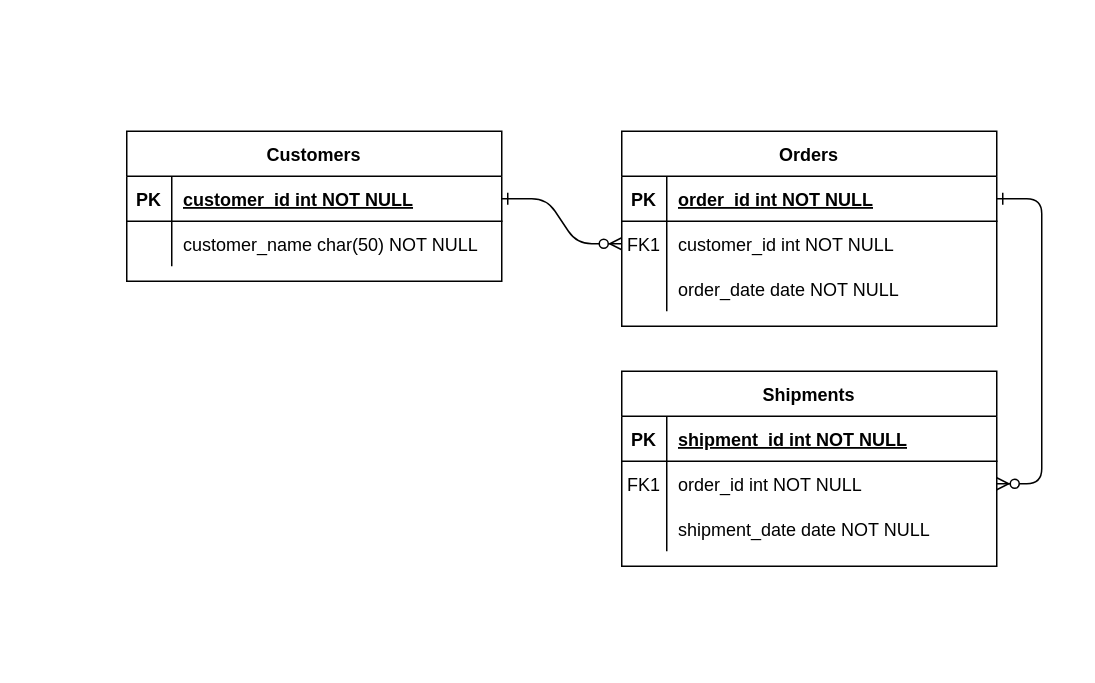
The draw.io diagram Untitled Diagram.drawio in RizwanaTairr/Customer-subscribtion-Data-Analysis, before the edit. Source tidied: cells renumbered, new cells numbered last; positions are measured from the earlier drawing's top-left corner, leaving out a move shared by most shapes. Both pictures are drawn from the tidied source at 150%, with x=0, y=0 at pixel (126, 130).
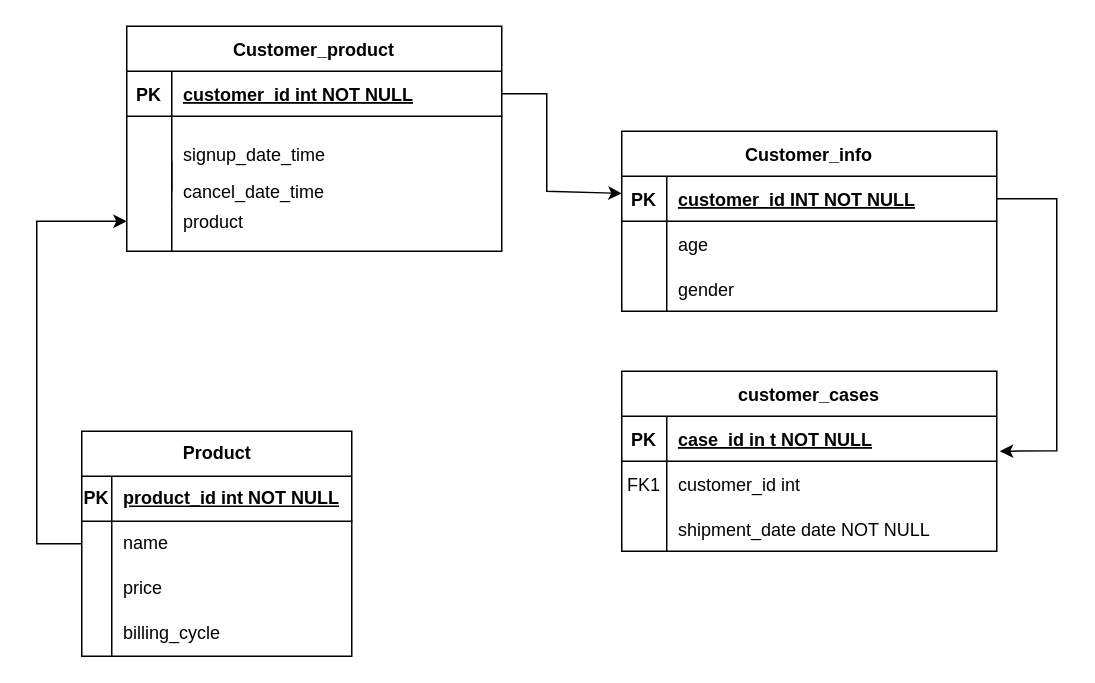
The same page after the edit.

The change refers to these unchanged cells:
```xml
<mxCell id="5" style="shape=partialRectangle;fillColor=none;points=[[0,0.5],[1,0.5]];portConstraint=eastwest;top=0;left=0;right=0;bottom=1;" parent="4" vertex="1">
  <mxGeometry y="30" width="250" height="30" as="geometry" />
</mxCell>
<mxCell id="8" style="shape=partialRectangle;fillColor=none;points=[[0,0.5],[1,0.5]];portConstraint=eastwest;top=0;left=0;right=0;bottom=0;" parent="4" vertex="1">
  <mxGeometry y="60" width="250" height="30" as="geometry" />
</mxCell>
<mxCell id="11" style="shape=partialRectangle;fillColor=none;top=0;left=0;right=0;bottom=0;" parent="4" vertex="1">
  <mxGeometry y="90" width="250" height="30" as="geometry" />
</mxCell>
<mxCell id="15" style="shape=partialRectangle;fillColor=none;points=[[0,0.5],[1,0.5]];portConstraint=eastwest;top=0;left=0;right=0;bottom=1;" parent="14" vertex="1">
  <mxGeometry y="30" width="250" height="30" as="geometry" />
</mxCell>
<mxCell id="18" style="shape=partialRectangle;fillColor=none;points=[[0,0.5],[1,0.5]];portConstraint=eastwest;top=0;left=0;right=0;bottom=0;" parent="14" vertex="1">
  <mxGeometry y="60" width="250" height="30" as="geometry" />
</mxCell>
<mxCell id="25" style="shape=partialRectangle;fillColor=none;points=[[0,0.5],[1,0.5]];portConstraint=eastwest;top=0;left=0;right=0;bottom=1;" parent="24" vertex="1">
  <mxGeometry y="30" width="250" height="30" as="geometry" />
</mxCell>
```

Change to the diagram source:
```diff
@@
-    <mxCell id="2" style="edgeStyle=entityRelationEdgeStyle;endArrow=ERzeroToMany;startArrow=ERone;endFill=1;startFill=0;" parent="1" edge="1" source="25" target="8">
-      <mxGeometry relative="1" as="geometry" />
-    </mxCell>
-    <mxCell id="3" style="edgeStyle=entityRelationEdgeStyle;endArrow=ERzeroToMany;startArrow=ERone;endFill=1;startFill=0;" parent="1" edge="1" source="5" target="18">
-      <mxGeometry relative="1" as="geometry" />
-    </mxCell>
-    <mxCell id="4" value="Orders" style="shape=table;startSize=30;childLayout=tableLayout;rowLines=0;fontStyle=1;align=center;" parent="1" vertex="1">
-      <mxGeometry x="330" width="250" height="130" as="geometry" />
+    <mxCell id="4" value="Customer_info" style="shape=table;startSize=30;childLayout=tableLayout;rowLines=0;fontStyle=1;align=center;" parent="1" vertex="1">
+      <mxGeometry x="330" width="250" height="120" as="geometry" />
     </mxCell>
@@
-    <mxCell id="7" value="order_id int NOT NULL " style="shape=partialRectangle;overflow=hidden;fillColor=none;top=0;left=0;bottom=0;right=0;align=left;spacingLeft=6;fontStyle=5;" parent="5" vertex="1">
+    <mxCell id="7" value="customer_id INT NOT NULL" style="shape=partialRectangle;overflow=hidden;fillColor=none;top=0;left=0;bottom=0;right=0;align=left;spacingLeft=6;fontStyle=5;" parent="5" vertex="1">
       <mxGeometry x="30" width="220" height="30" as="geometry" />
     </mxCell>
@@
-    <mxCell id="9" value="FK1" style="shape=partialRectangle;overflow=hidden;fillColor=none;top=0;left=0;bottom=0;right=0;" parent="8" vertex="1">
+    <mxCell id="9" style="shape=partialRectangle;overflow=hidden;fillColor=none;top=0;left=0;bottom=0;right=0;" parent="8" vertex="1">
       <mxGeometry width="30" height="30" as="geometry" />
     </mxCell>
-    <mxCell id="10" value="customer_id int NOT NULL" style="shape=partialRectangle;overflow=hidden;fillColor=none;top=0;left=0;bottom=0;right=0;align=left;spacingLeft=6;" parent="8" vertex="1">
+    <mxCell id="10" value="age " style="shape=partialRectangle;overflow=hidden;fillColor=none;top=0;left=0;bottom=0;right=0;align=left;spacingLeft=6;" parent="8" vertex="1">
       <mxGeometry x="30" width="220" height="30" as="geometry" />
     </mxCell>
@@
-    <mxCell id="13" value="order_date date NOT NULL" style="shape=partialRectangle;overflow=hidden;fillColor=none;top=0;left=0;bottom=0;right=0;align=left;spacingLeft=6;" parent="11" vertex="1">
+    <mxCell id="13" value="gender" style="shape=partialRectangle;overflow=hidden;fillColor=none;top=0;left=0;bottom=0;right=0;align=left;spacingLeft=6;" parent="11" vertex="1">
       <mxGeometry x="30" width="220" height="30" as="geometry" />
     </mxCell>
-    <mxCell id="14" value="Shipments" style="shape=table;startSize=30;childLayout=tableLayout;rowLines=0;fontStyle=1;align=center;" parent="1" vertex="1">
-      <mxGeometry x="330" y="160" width="250" height="130" as="geometry" />
+    <mxCell id="14" value="customer_cases" style="shape=table;startSize=30;childLayout=tableLayout;rowLines=0;fontStyle=1;align=center;" parent="1" vertex="1">
+      <mxGeometry x="330" y="160" width="250" height="120" as="geometry" />
     </mxCell>
@@
-    <mxCell id="17" value="shipment_id int NOT NULL " style="shape=partialRectangle;overflow=hidden;fillColor=none;top=0;left=0;bottom=0;right=0;align=left;spacingLeft=6;fontStyle=5;" parent="15" vertex="1">
+    <mxCell id="17" value="case_id in t NOT NULL" style="shape=partialRectangle;overflow=hidden;fillColor=none;top=0;left=0;bottom=0;right=0;align=left;spacingLeft=6;fontStyle=5;" parent="15" vertex="1">
       <mxGeometry x="30" width="220" height="30" as="geometry" />
     </mxCell>
@@
-    <mxCell id="20" value="order_id int NOT NULL" style="shape=partialRectangle;overflow=hidden;fillColor=none;top=0;left=0;bottom=0;right=0;align=left;spacingLeft=6;" parent="18" vertex="1">
+    <mxCell id="20" value="customer_id int " style="shape=partialRectangle;overflow=hidden;fillColor=none;top=0;left=0;bottom=0;right=0;align=left;spacingLeft=6;" parent="18" vertex="1">
       <mxGeometry x="30" width="220" height="30" as="geometry" />
     </mxCell>
@@
+    <mxCell id="31" style="edgeStyle=orthogonalEdgeStyle;rounded=0;jettySize=auto;html=1;exitX=0;exitY=1;exitDx=0;exitDy=0;" parent="1" edge="1" source="24">
+      <mxGeometry relative="1" as="geometry">
+        <mxPoint y="80" as="targetPoint" />
+      </mxGeometry>
+    </mxCell>
-    <mxCell id="24" value="Customers" style="shape=table;startSize=30;childLayout=tableLayout;rowLines=0;fontStyle=1;align=center;" parent="1" vertex="1">
-      <mxGeometry width="250" height="100" as="geometry" />
+    <mxCell id="24" value="Customer_product" style="shape=table;startSize=30;childLayout=tableLayout;rowLines=0;fontStyle=1;align=center;" parent="1" vertex="1">
+      <mxGeometry y="-70" width="250" height="150" as="geometry" />
     </mxCell>
@@
     <mxCell id="28" style="shape=partialRectangle;fillColor=none;top=0;left=0;right=0;bottom=0;" parent="24" vertex="1">
-      <mxGeometry y="60" width="250" height="30" as="geometry" />
+      <mxGeometry y="60" width="250" height="50" as="geometry" />
     </mxCell>
     <mxCell id="29" style="shape=partialRectangle;overflow=hidden;fillColor=none;top=0;left=0;bottom=0;right=0;" parent="28" vertex="1">
-      <mxGeometry width="30" height="30" as="geometry" />
+      <mxGeometry width="30" height="50" as="geometry" />
     </mxCell>
-    <mxCell id="30" value="customer_name char(50) NOT NULL" style="shape=partialRectangle;overflow=hidden;fillColor=none;top=0;left=0;bottom=0;right=0;align=left;spacingLeft=6;" parent="28" vertex="1">
-      <mxGeometry x="30" width="220" height="30" as="geometry" />
+    <mxCell id="30" value="signup_date_time" style="shape=partialRectangle;overflow=hidden;fillColor=none;top=0;left=0;bottom=0;right=0;align=left;spacingLeft=6;" parent="28" vertex="1">
+      <mxGeometry x="30" width="220" height="50" as="geometry" />
     </mxCell>
+    <mxCell id="32" value="Product" style="shape=table;startSize=30;childLayout=tableLayout;rowLines=0;fontStyle=1;align=center;html=1;" parent="1" vertex="1">
+      <mxGeometry x="-30" y="200" width="180" height="150" as="geometry" />
+    </mxCell>
+    <mxCell id="33" style="shape=tableRow;horizontal=0;startSize=0;swimlaneHead=0;swimlaneBody=0;fillColor=none;top=0;left=0;right=0;bottom=1;" parent="32" vertex="1">
+      <mxGeometry y="30" width="180" height="30" as="geometry" />
+    </mxCell>
+    <mxCell id="34" value="PK" style="shape=partialRectangle;fillColor=none;top=0;left=0;bottom=0;right=0;fontStyle=1;overflow=hidden;whiteSpace=wrap;html=1;" parent="33" vertex="1">
+      <mxGeometry width="20" height="30" as="geometry" />
+    </mxCell>
+    <mxCell id="35" value="product_id int NOT NULL" style="shape=partialRectangle;fillColor=none;top=0;left=0;bottom=0;right=0;align=left;spacingLeft=6;fontStyle=5;overflow=hidden;whiteSpace=wrap;html=1;" parent="33" vertex="1">
+      <mxGeometry x="20" width="160" height="30" as="geometry" />
+    </mxCell>
+    <mxCell id="36" style="shape=tableRow;horizontal=0;startSize=0;swimlaneHead=0;swimlaneBody=0;fillColor=none;points=[[0,0.5],[1,0.5]];portConstraint=eastwest;top=0;left=0;right=0;bottom=0;" parent="32" vertex="1">
+      <mxGeometry y="60" width="180" height="30" as="geometry" />
+    </mxCell>
+    <mxCell id="37" style="shape=partialRectangle;fillColor=none;top=0;left=0;bottom=0;right=0;overflow=hidden;whiteSpace=wrap;html=1;" parent="36" vertex="1">
+      <mxGeometry width="20" height="30" as="geometry" />
+    </mxCell>
+    <mxCell id="38" value="name&amp;nbsp;" style="shape=partialRectangle;fillColor=none;top=0;left=0;bottom=0;right=0;align=left;spacingLeft=6;overflow=hidden;whiteSpace=wrap;html=1;" parent="36" vertex="1">
+      <mxGeometry x="20" width="160" height="30" as="geometry" />
+    </mxCell>
+    <mxCell id="39" style="shape=tableRow;horizontal=0;startSize=0;swimlaneHead=0;swimlaneBody=0;fillColor=none;top=0;left=0;right=0;bottom=0;" parent="32" vertex="1">
+      <mxGeometry y="90" width="180" height="30" as="geometry" />
+    </mxCell>
+    <mxCell id="40" style="shape=partialRectangle;fillColor=none;top=0;left=0;bottom=0;right=0;overflow=hidden;whiteSpace=wrap;html=1;" parent="39" vertex="1">
+      <mxGeometry width="20" height="30" as="geometry" />
+    </mxCell>
+    <mxCell id="41" value="price&amp;nbsp;" style="shape=partialRectangle;fillColor=none;top=0;left=0;bottom=0;right=0;align=left;spacingLeft=6;overflow=hidden;whiteSpace=wrap;html=1;" parent="39" vertex="1">
+      <mxGeometry x="20" width="160" height="30" as="geometry" />
+    </mxCell>
+    <mxCell id="42" style="shape=tableRow;horizontal=0;startSize=0;swimlaneHead=0;swimlaneBody=0;fillColor=none;top=0;left=0;right=0;bottom=0;" parent="32" vertex="1">
+      <mxGeometry y="120" width="180" height="30" as="geometry" />
+    </mxCell>
+    <mxCell id="43" style="shape=partialRectangle;fillColor=none;top=0;left=0;bottom=0;right=0;overflow=hidden;whiteSpace=wrap;html=1;" parent="42" vertex="1">
+      <mxGeometry width="20" height="30" as="geometry" />
+    </mxCell>
+    <mxCell id="44" value="billing_cycle" style="shape=partialRectangle;fillColor=none;top=0;left=0;bottom=0;right=0;align=left;spacingLeft=6;overflow=hidden;whiteSpace=wrap;html=1;" parent="42" vertex="1">
+      <mxGeometry x="20" width="160" height="30" as="geometry" />
+    </mxCell>
+    <mxCell id="45" value="cancel_date_time" style="shape=partialRectangle;overflow=hidden;fillColor=none;top=0;left=0;bottom=0;right=0;align=left;spacingLeft=6;" parent="1" vertex="1">
+      <mxGeometry x="30" y="30" width="220" height="20" as="geometry" />
+    </mxCell>
+    <mxCell id="46" style="endArrow=none;html=1;rounded=0;" parent="1" edge="1">
+      <mxGeometry relative="1" as="geometry">
+        <mxPoint x="30" y="50" as="sourcePoint" />
+        <mxPoint x="30" y="20" as="targetPoint" />
+      </mxGeometry>
+    </mxCell>
+    <mxCell id="47" style="endArrow=classic;html=1;rounded=0;exitX=1;exitY=0.5;exitDx=0;exitDy=0;" parent="1" edge="1" source="25" target="5">
+      <mxGeometry relative="1" as="geometry">
+        <Array as="points">
+          <mxPoint x="280" y="-25" />
+          <mxPoint x="280" y="40" />
+        </Array>
+      </mxGeometry>
+    </mxCell>
+    <mxCell id="48" style="endArrow=classic;html=1;rounded=0;exitX=1;exitY=0.5;exitDx=0;exitDy=0;entryX=1.008;entryY=0.778;entryDx=0;entryDy=0;entryPerimeter=0;" parent="1" edge="1" source="5" target="15">
+      <mxGeometry relative="1" as="geometry">
+        <Array as="points">
+          <mxPoint x="620" y="45" />
+          <mxPoint x="620" y="213" />
+        </Array>
+      </mxGeometry>
+    </mxCell>
+    <mxCell id="49" value="product" style="shape=partialRectangle;overflow=hidden;fillColor=none;top=0;left=0;bottom=0;right=0;align=left;spacingLeft=6;" parent="1" vertex="1">
+      <mxGeometry x="30" y="50" width="220" height="20" as="geometry" />
+    </mxCell>
+    <mxCell id="50" style="endArrow=none;html=1;rounded=0;" parent="1" edge="1">
+      <mxGeometry relative="1" as="geometry">
+        <mxPoint x="30" y="80" as="sourcePoint" />
+        <mxPoint x="30" y="50" as="targetPoint" />
+      </mxGeometry>
+    </mxCell>
+    <mxCell id="51" style="endArrow=classic;html=1;rounded=0;exitX=0;exitY=0.5;exitDx=0;exitDy=0;" parent="1" edge="1" source="36">
+      <mxGeometry relative="1" as="geometry">
+        <mxPoint y="60" as="targetPoint" />
+        <Array as="points">
+          <mxPoint x="-60" y="275" />
+          <mxPoint x="-60" y="170" />
+          <mxPoint x="-60" y="60" />
+        </Array>
+      </mxGeometry>
+    </mxCell>
```
